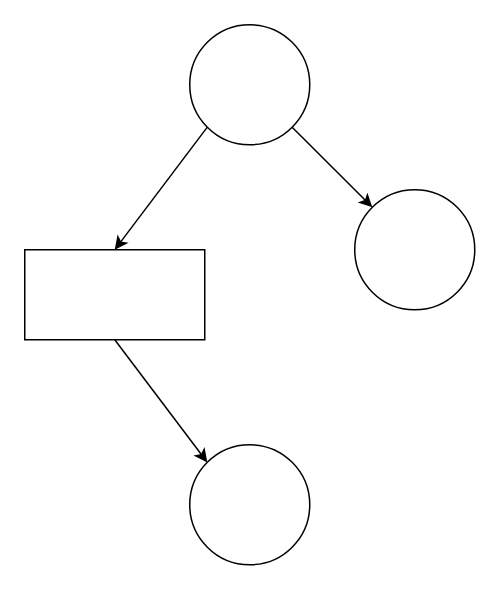
Before: 4-1变更模式推定.drawio in ToJ112/pic-md, a draw.io diagram. Source tidied: cells renumbered, new cells numbered last; positions are measured from the earlier drawing's top-left corner, leaving out a move shared by most shapes. Both pictures are drawn from the tidied source at 150%, with x=0, y=0 at pixel (24, 24).
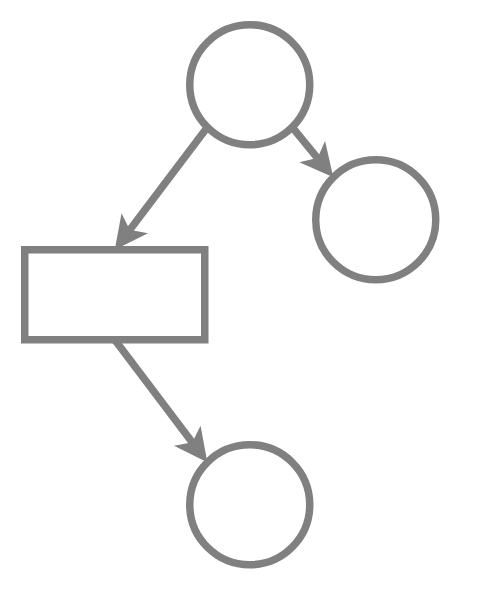
After the change.

Commit message (it also covers changes not shown here):
更新4-1变更模式推定.drawio

Change to the diagram source:
```diff
@@
 <mxGraphModel>
   <root>
     <mxCell id="0" />
     <mxCell id="1" parent="0" />
-    <mxCell id="2" style="ellipse;whiteSpace=wrap;html=1;" parent="1" vertex="1">
+    <mxCell id="2" style="ellipse;whiteSpace=wrap;html=1;strokeColor=#808080;strokeWidth=5;" parent="1" vertex="1">
       <mxGeometry x="110" width="80" height="80" as="geometry" />
     </mxCell>
-    <mxCell id="3" style="rounded=0;whiteSpace=wrap;html=1;" parent="1" vertex="1">
+    <mxCell id="3" style="rounded=0;whiteSpace=wrap;html=1;strokeColor=#808080;strokeWidth=5;" parent="1" vertex="1">
       <mxGeometry y="150" width="120" height="60" as="geometry" />
     </mxCell>
-    <mxCell id="4" style="ellipse;whiteSpace=wrap;html=1;" parent="1" vertex="1">
-      <mxGeometry x="220" y="110" width="80" height="80" as="geometry" />
-    </mxCell>
-    <mxCell id="5" style="ellipse;whiteSpace=wrap;html=1;" parent="1" vertex="1">
+    <mxCell id="5" style="ellipse;whiteSpace=wrap;html=1;strokeColor=#808080;strokeWidth=5;" parent="1" vertex="1">
       <mxGeometry x="110" y="280" width="80" height="80" as="geometry" />
     </mxCell>
-    <mxCell id="6" style="endArrow=classic;html=1;rounded=0;exitX=1;exitY=1;exitDx=0;exitDy=0;entryX=0;entryY=0;entryDx=0;entryDy=0;" parent="1" edge="1" source="2" target="4">
-      <mxGeometry relative="1" as="geometry" />
-    </mxCell>
-    <mxCell id="7" style="endArrow=classic;html=1;rounded=0;exitX=0;exitY=1;exitDx=0;exitDy=0;entryX=0.5;entryY=0;entryDx=0;entryDy=0;" parent="1" edge="1" source="2" target="3">
+    <mxCell id="7" style="endArrow=classic;html=1;rounded=0;exitX=0;exitY=1;exitDx=0;exitDy=0;entryX=0.5;entryY=0;entryDx=0;entryDy=0;strokeColor=#808080;strokeWidth=5;" parent="1" edge="1" source="2" target="3">
       <mxGeometry relative="1" as="geometry" />
     </mxCell>
-    <mxCell id="8" style="endArrow=classic;html=1;rounded=0;exitX=0.5;exitY=1;exitDx=0;exitDy=0;entryX=0;entryY=0;entryDx=0;entryDy=0;" parent="1" edge="1" source="3" target="5">
+    <mxCell id="8" style="endArrow=classic;html=1;rounded=0;exitX=0.5;exitY=1;exitDx=0;exitDy=0;entryX=0;entryY=0;entryDx=0;entryDy=0;strokeColor=#808080;strokeWidth=5;" parent="1" edge="1" source="3" target="5">
       <mxGeometry relative="1" as="geometry" />
     </mxCell>
+    <mxCell id="9" style="ellipse;whiteSpace=wrap;html=1;strokeColor=#808080;strokeWidth=5;" parent="1" vertex="1">
+      <mxGeometry x="194" y="90" width="80" height="80" as="geometry" />
+    </mxCell>
+    <mxCell id="10" style="endArrow=classic;html=1;rounded=0;exitX=1;exitY=1;exitDx=0;exitDy=0;entryX=0;entryY=0;entryDx=0;entryDy=0;strokeColor=#808080;strokeWidth=5;" parent="1" edge="1" source="2" target="9">
+      <mxGeometry relative="1" as="geometry" />
+    </mxCell>
   </root>
 </mxGraphModel>
```
